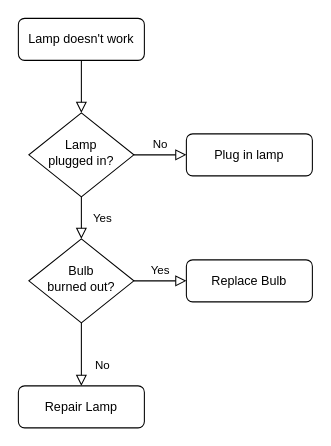
Before: Untitled Diagram.drawio in caiyue2017/java-basis, a draw.io diagram. Source tidied: cells renumbered, new cells numbered last; positions are measured from the earlier drawing's top-left corner, leaving out a move shared by most shapes. Both pictures are drawn from the tidied source at 105%, with x=0, y=0 at pixel (18, 18).
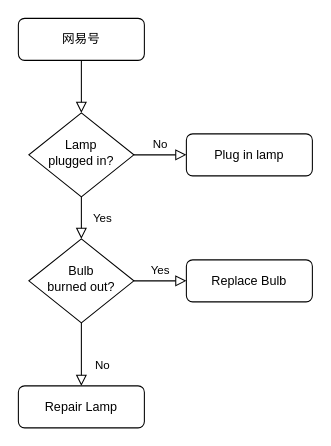
The same page after the edit.

The edit, as a diff of the source:
```diff
@@
 <mxGraphModel>
   <root>
     <mxCell id="0" />
     <mxCell id="1" parent="0" />
     <mxCell id="2" style="rounded=0;html=1;jettySize=auto;fontSize=11;endArrow=block;endFill=0;endSize=8;strokeWidth=1;shadow=0;labelBackgroundColor=none;edgeStyle=orthogonalEdgeStyle;" parent="1" edge="1" source="3" target="6">
       <mxGeometry relative="1" as="geometry" />
     </mxCell>
-    <mxCell id="3" value="Lamp doesn't work" style="rounded=1;whiteSpace=wrap;html=1;fontSize=12;glass=0;strokeWidth=1;shadow=0;" parent="1" vertex="1">
+    <mxCell id="3" value="网易号" style="rounded=1;whiteSpace=wrap;html=1;fontSize=12;glass=0;strokeWidth=1;shadow=0;" parent="1" vertex="1">
       <mxGeometry width="120" height="40" as="geometry" />
     </mxCell>
     <mxCell id="4" value="Yes" style="rounded=0;html=1;jettySize=auto;fontSize=11;endArrow=block;endFill=0;endSize=8;strokeWidth=1;shadow=0;labelBackgroundColor=none;edgeStyle=orthogonalEdgeStyle;" parent="1" edge="1" source="6" target="10">
       <mxGeometry y="20" relative="1" as="geometry" />
     </mxCell>
     <mxCell id="5" value="No" style="edgeStyle=orthogonalEdgeStyle;rounded=0;html=1;jettySize=auto;fontSize=11;endArrow=block;endFill=0;endSize=8;strokeWidth=1;shadow=0;labelBackgroundColor=none;" parent="1" edge="1" source="6" target="7">
       <mxGeometry y="10" relative="1" as="geometry" />
     </mxCell>
     <mxCell id="6" value="Lamp&lt;br&gt;plugged in?" style="rhombus;whiteSpace=wrap;html=1;shadow=0;fontFamily=Helvetica;fontSize=12;align=center;strokeWidth=1;spacing=6;spacingTop=-4;" parent="1" vertex="1">
       <mxGeometry x="10" y="90" width="100" height="80" as="geometry" />
     </mxCell>
     <mxCell id="7" value="Plug in lamp" style="rounded=1;whiteSpace=wrap;html=1;fontSize=12;glass=0;strokeWidth=1;shadow=0;" parent="1" vertex="1">
       <mxGeometry x="160" y="110" width="120" height="40" as="geometry" />
     </mxCell>
     <mxCell id="8" value="No" style="rounded=0;html=1;jettySize=auto;fontSize=11;endArrow=block;endFill=0;endSize=8;strokeWidth=1;shadow=0;labelBackgroundColor=none;edgeStyle=orthogonalEdgeStyle;" parent="1" edge="1" source="10" target="11">
       <mxGeometry x="0.33" y="20" relative="1" as="geometry" />
     </mxCell>
     <mxCell id="9" value="Yes" style="edgeStyle=orthogonalEdgeStyle;rounded=0;html=1;jettySize=auto;fontSize=11;endArrow=block;endFill=0;endSize=8;strokeWidth=1;shadow=0;labelBackgroundColor=none;" parent="1" edge="1" source="10" target="12">
       <mxGeometry y="10" relative="1" as="geometry" />
     </mxCell>
     <mxCell id="10" value="Bulb&lt;br&gt;burned out?" style="rhombus;whiteSpace=wrap;html=1;shadow=0;fontFamily=Helvetica;fontSize=12;align=center;strokeWidth=1;spacing=6;spacingTop=-4;" parent="1" vertex="1">
       <mxGeometry x="10" y="210" width="100" height="80" as="geometry" />
     </mxCell>
     <mxCell id="11" value="Repair Lamp" style="rounded=1;whiteSpace=wrap;html=1;fontSize=12;glass=0;strokeWidth=1;shadow=0;" parent="1" vertex="1">
       <mxGeometry y="350" width="120" height="40" as="geometry" />
     </mxCell>
     <mxCell id="12" value="Replace Bulb" style="rounded=1;whiteSpace=wrap;html=1;fontSize=12;glass=0;strokeWidth=1;shadow=0;" parent="1" vertex="1">
       <mxGeometry x="160" y="230" width="120" height="40" as="geometry" />
     </mxCell>
   </root>
 </mxGraphModel>
```
